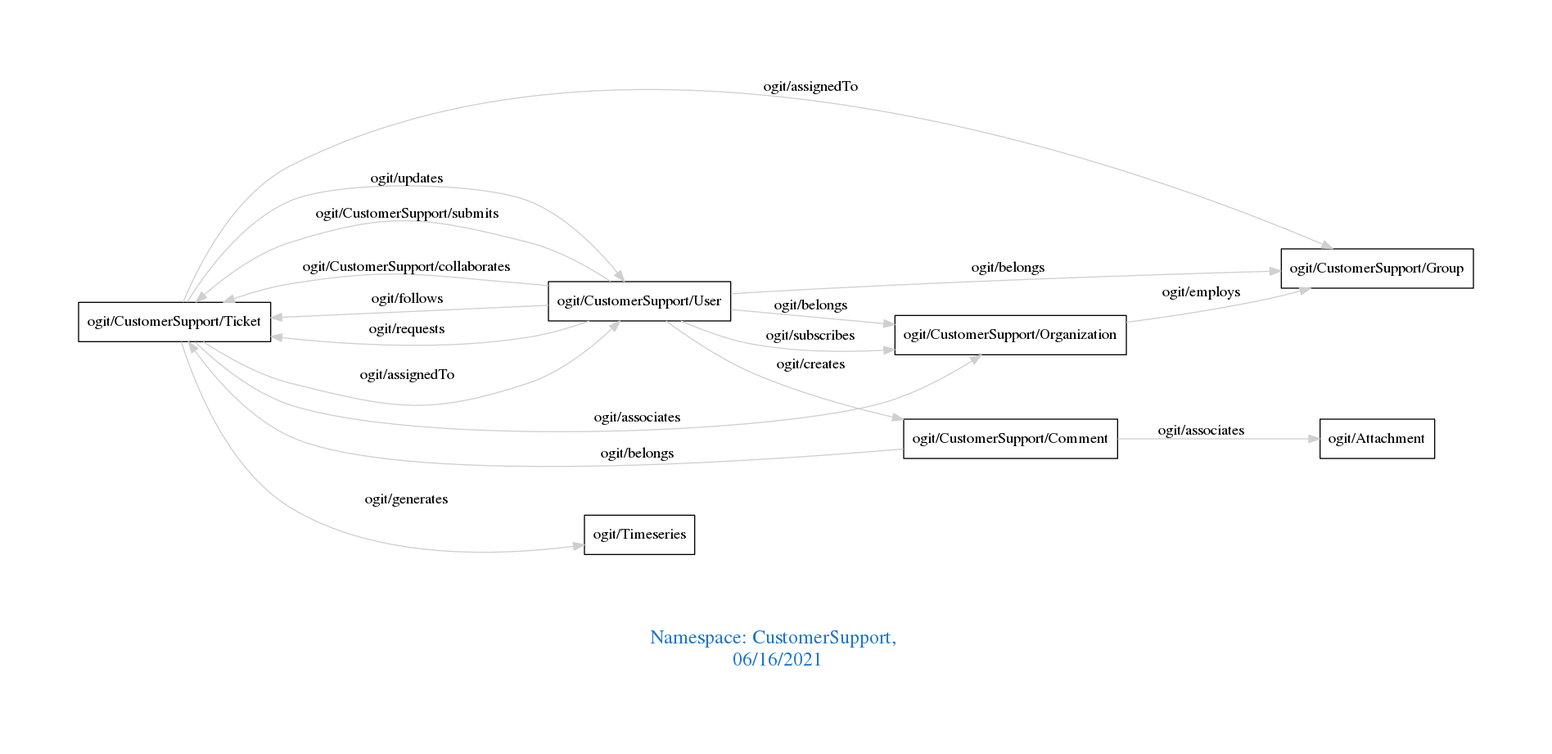
Before: downloads/CustomerSupport.png, a diagram exported from Graphviz (arago/OGIT). Its source is kept beside it as downloads/CustomerSupport.dot.
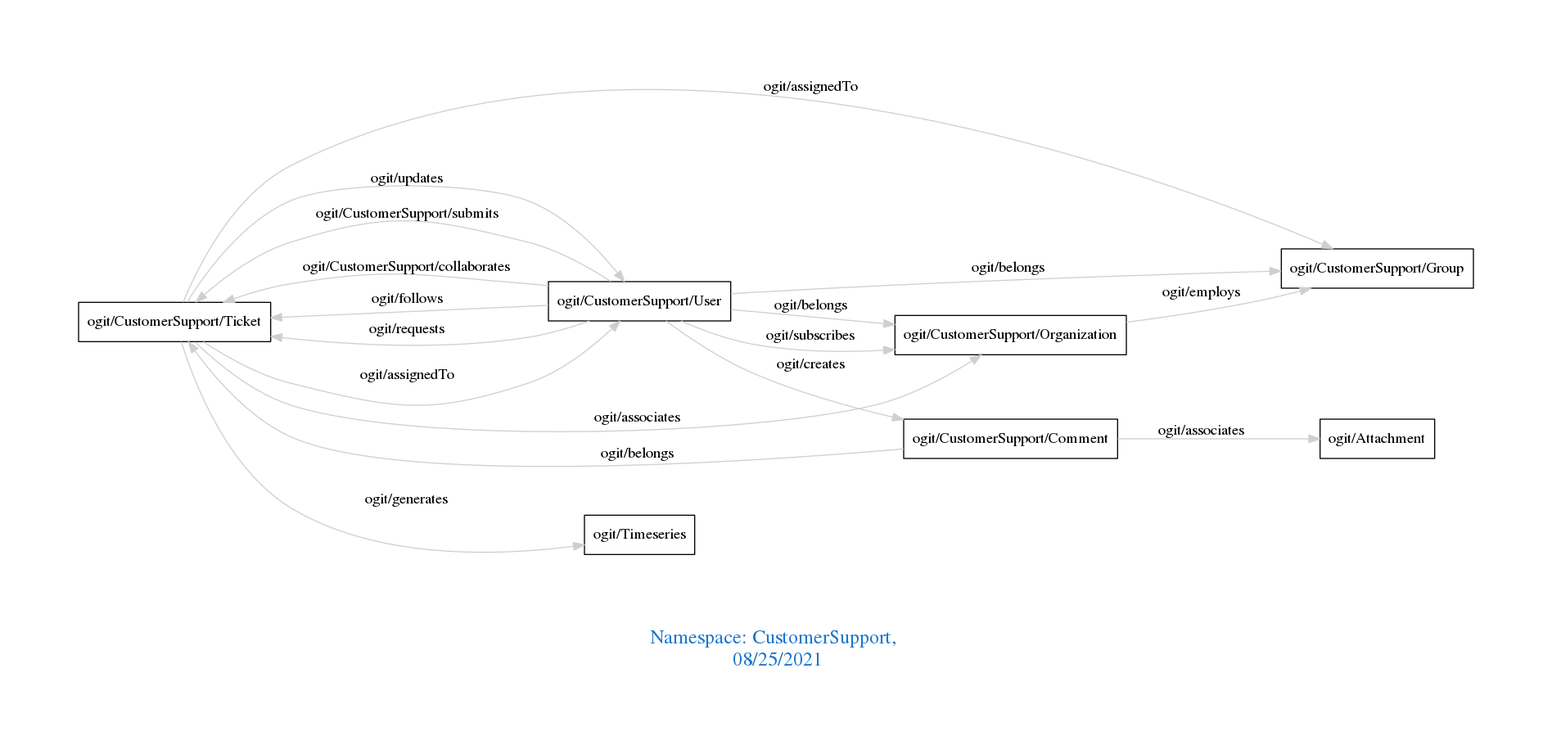
After the commit.

What changed in the source:
```diff
@@ -1,7 +1,7 @@
 digraph OGIT_ontology {
  graph [ rankdir= LR,pad=1
 fontsize = 18,
-fontcolor= dodgerblue3,label = "\n\n\nNamespace: CustomerSupport, \n 06/16/2021"];
+fontcolor= dodgerblue3,label = "\n\n\nNamespace: CustomerSupport, \n 08/25/2021"];
 node[shape=polygon];
 edge [  color="gray81"];
 
```
